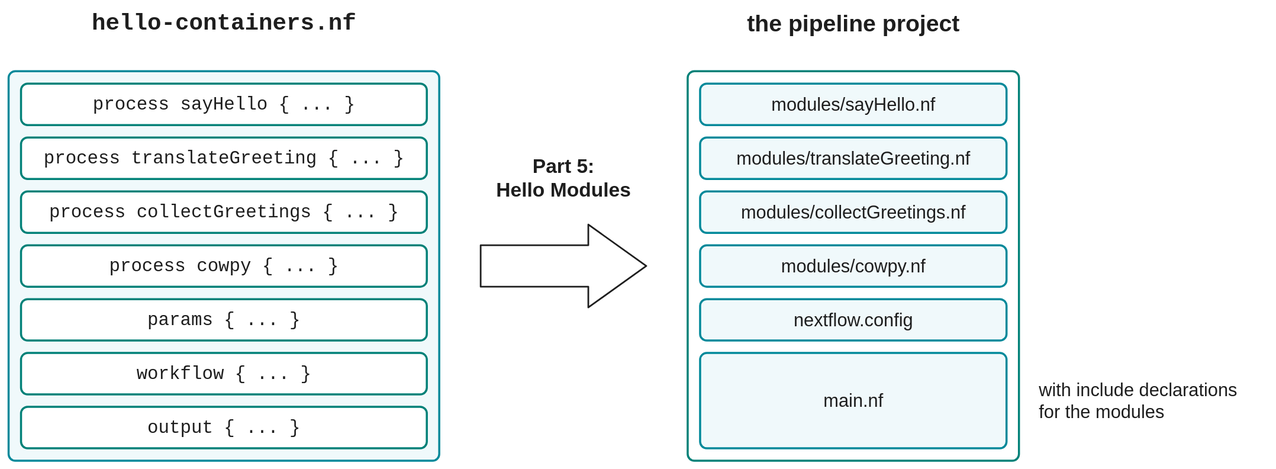
Before: docs/en/docs/hello_nextflow/img/hello-course-code.drawio.svg, a diagram exported from draw.io (nextflow-io/training). Source tidied: cells renumbered, new cells last; positions are measured from the earlier drawing's top-left corner, leaving out a move shared by most shapes.
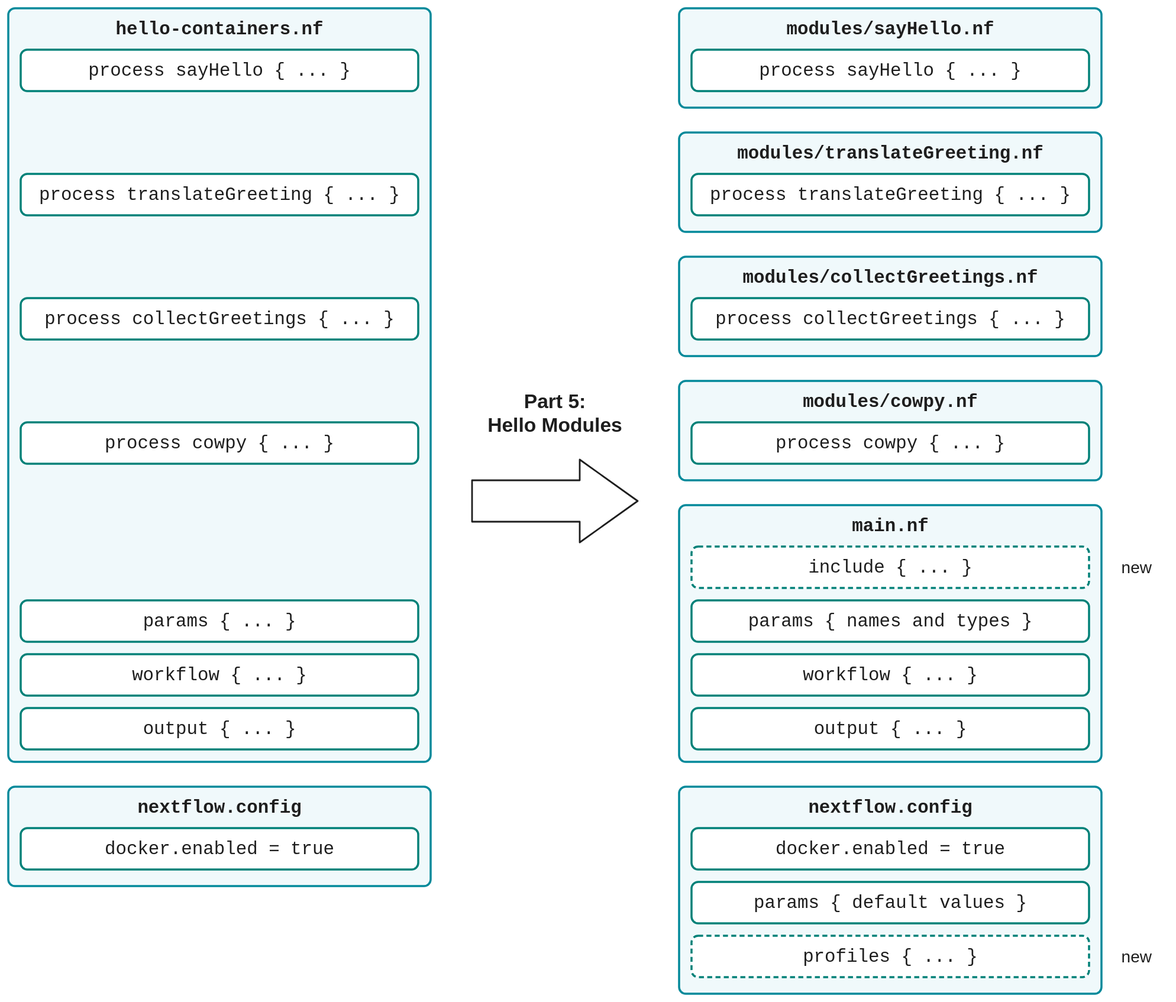
The same diagram one commit later.

Commit message:
docs(hello_nextflow): Part 5 diagram shows what ends up in each file

Each Part 4 file (hello-containers.nf, nextflow.config) is drawn as a box
listing its blocks, each level with where it ends up: the processes in
modules/*.nf; params (names and types), workflow and output in main.nf;
docker.enabled and the parameter default values in nextflow.config.
Blocks added in Part 5 (include, profiles) are dashed and marked new.
The renderer supports top-aligned container labels.

The edit, as a diff of the source:
```diff
@@ -2,65 +2,98 @@
   <root>
     <mxCell id="0" />
     <mxCell id="1" parent="0" />
+    <mxCell id="14" value="modules/sayHello.nf" style="rounded=1;absoluteArcSize=1;arcSize=16;fillColor=#f0f9fb;strokeColor=#02899a;strokeWidth=2.5;fontFamily=Menlo;fontSize=22;fontColor=#1e1e1e;html=0;whiteSpace=nowrap;verticalAlign=top;spacingTop=12;fontStyle=1;" parent="1" vertex="1">
+      <mxGeometry x="820" y="-284" width="510" height="120" as="geometry" />
+    </mxCell>
+    <mxCell id="22" value="process sayHello { ... }" style="rounded=1;absoluteArcSize=1;arcSize=16;fillColor=#ffffff;strokeColor=#018178;strokeWidth=2.5;fontFamily=Helvetica;fontSize=22;fontColor=#1e1e1e;html=0;whiteSpace=nowrap;fontFamily=Menlo;" parent="14" vertex="1">
+      <mxGeometry x="15" y="50" width="480" height="50" as="geometry" />
+    </mxCell>
+    <mxCell id="15" value="modules/translateGreeting.nf" style="rounded=1;absoluteArcSize=1;arcSize=16;fillColor=#f0f9fb;strokeColor=#02899a;strokeWidth=2.5;fontFamily=Menlo;fontSize=22;fontColor=#1e1e1e;html=0;whiteSpace=nowrap;verticalAlign=top;spacingTop=12;fontStyle=1;" parent="1" vertex="1">
+      <mxGeometry x="820" y="-134" width="510" height="120" as="geometry" />
+    </mxCell>
+    <mxCell id="23" value="process translateGreeting { ... }" style="rounded=1;absoluteArcSize=1;arcSize=16;fillColor=#ffffff;strokeColor=#018178;strokeWidth=2.5;fontFamily=Helvetica;fontSize=22;fontColor=#1e1e1e;html=0;whiteSpace=nowrap;fontFamily=Menlo;" parent="15" vertex="1">
+      <mxGeometry x="15" y="50" width="480" height="50" as="geometry" />
+    </mxCell>
+    <mxCell id="16" value="modules/collectGreetings.nf" style="rounded=1;absoluteArcSize=1;arcSize=16;fillColor=#f0f9fb;strokeColor=#02899a;strokeWidth=2.5;fontFamily=Menlo;fontSize=22;fontColor=#1e1e1e;html=0;whiteSpace=nowrap;verticalAlign=top;spacingTop=12;fontStyle=1;" parent="1" vertex="1">
+      <mxGeometry x="820" y="16" width="510" height="120" as="geometry" />
+    </mxCell>
+    <mxCell id="24" value="process collectGreetings { ... }" style="rounded=1;absoluteArcSize=1;arcSize=16;fillColor=#ffffff;strokeColor=#018178;strokeWidth=2.5;fontFamily=Helvetica;fontSize=22;fontColor=#1e1e1e;html=0;whiteSpace=nowrap;fontFamily=Menlo;" parent="16" vertex="1">
+      <mxGeometry x="15" y="50" width="480" height="50" as="geometry" />
+    </mxCell>
+    <mxCell id="17" value="modules/cowpy.nf" style="rounded=1;absoluteArcSize=1;arcSize=16;fillColor=#f0f9fb;strokeColor=#02899a;strokeWidth=2.5;fontFamily=Menlo;fontSize=22;fontColor=#1e1e1e;html=0;whiteSpace=nowrap;verticalAlign=top;spacingTop=12;fontStyle=1;" parent="1" vertex="1">
+      <mxGeometry x="820" y="166" width="510" height="120" as="geometry" />
+    </mxCell>
+    <mxCell id="25" value="process cowpy { ... }" style="rounded=1;absoluteArcSize=1;arcSize=16;fillColor=#ffffff;strokeColor=#018178;strokeWidth=2.5;fontFamily=Helvetica;fontSize=22;fontColor=#1e1e1e;html=0;whiteSpace=nowrap;fontFamily=Menlo;" parent="17" vertex="1">
+      <mxGeometry x="15" y="50" width="480" height="50" as="geometry" />
+    </mxCell>
+    <mxCell id="19" value="main.nf" style="rounded=1;absoluteArcSize=1;arcSize=16;fillColor=#f0f9fb;strokeColor=#02899a;strokeWidth=2.5;fontFamily=Menlo;fontSize=22;fontColor=#1e1e1e;html=0;whiteSpace=nowrap;verticalAlign=top;spacingTop=12;fontStyle=1;" parent="1" vertex="1">
+      <mxGeometry x="820" y="316" width="510" height="310" as="geometry" />
+    </mxCell>
+    <mxCell id="26" value="include { ... }" style="rounded=1;absoluteArcSize=1;arcSize=16;fillColor=#ffffff;strokeColor=#018178;strokeWidth=2.5;fontFamily=Helvetica;fontSize=22;fontColor=#1e1e1e;html=0;whiteSpace=nowrap;fontFamily=Menlo;dashed=1;dashPattern=6 4;" parent="19" vertex="1">
+      <mxGeometry x="15" y="50" width="480" height="50" as="geometry" />
+    </mxCell>
+    <mxCell id="27" value="new" style="text;align=left;verticalAlign=middle;spacing=0;spacingLeft=4;fontFamily=Helvetica;fontSize=20;fontColor=#1e1e1e;html=0;whiteSpace=nowrap;" parent="1" vertex="1">
+      <mxGeometry x="1350" y="376" width="60" height="30" as="geometry" />
+    </mxCell>
+    <mxCell id="28" value="params { names and types }" style="rounded=1;absoluteArcSize=1;arcSize=16;fillColor=#ffffff;strokeColor=#018178;strokeWidth=2.5;fontFamily=Helvetica;fontSize=22;fontColor=#1e1e1e;html=0;whiteSpace=nowrap;fontFamily=Menlo;" parent="19" vertex="1">
+      <mxGeometry x="15" y="115" width="480" height="50" as="geometry" />
+    </mxCell>
+    <mxCell id="29" value="workflow { ... }" style="rounded=1;absoluteArcSize=1;arcSize=16;fillColor=#ffffff;strokeColor=#018178;strokeWidth=2.5;fontFamily=Helvetica;fontSize=22;fontColor=#1e1e1e;html=0;whiteSpace=nowrap;fontFamily=Menlo;" parent="19" vertex="1">
+      <mxGeometry x="15" y="180" width="480" height="50" as="geometry" />
+    </mxCell>
+    <mxCell id="30" value="output { ... }" style="rounded=1;absoluteArcSize=1;arcSize=16;fillColor=#ffffff;strokeColor=#018178;strokeWidth=2.5;fontFamily=Helvetica;fontSize=22;fontColor=#1e1e1e;html=0;whiteSpace=nowrap;fontFamily=Menlo;" parent="19" vertex="1">
+      <mxGeometry x="15" y="245" width="480" height="50" as="geometry" />
+    </mxCell>
+    <mxCell id="31" value="nextflow.config" style="rounded=1;absoluteArcSize=1;arcSize=16;fillColor=#f0f9fb;strokeColor=#02899a;strokeWidth=2.5;fontFamily=Menlo;fontSize=22;fontColor=#1e1e1e;html=0;whiteSpace=nowrap;verticalAlign=top;spacingTop=12;fontStyle=1;" parent="1" vertex="1">
+      <mxGeometry x="820" y="656" width="510" height="250" as="geometry" />
+    </mxCell>
+    <mxCell id="32" value="docker.enabled = true" style="rounded=1;absoluteArcSize=1;arcSize=16;fillColor=#ffffff;strokeColor=#018178;strokeWidth=2.5;fontFamily=Helvetica;fontSize=22;fontColor=#1e1e1e;html=0;whiteSpace=nowrap;fontFamily=Menlo;" parent="31" vertex="1">
+      <mxGeometry x="15" y="50" width="480" height="50" as="geometry" />
+    </mxCell>
+    <mxCell id="33" value="params { default values }" style="rounded=1;absoluteArcSize=1;arcSize=16;fillColor=#ffffff;strokeColor=#018178;strokeWidth=2.5;fontFamily=Helvetica;fontSize=22;fontColor=#1e1e1e;html=0;whiteSpace=nowrap;fontFamily=Menlo;" parent="31" vertex="1">
+      <mxGeometry x="15" y="115" width="480" height="50" as="geometry" />
+    </mxCell>
+    <mxCell id="34" value="profiles { ... }" style="rounded=1;absoluteArcSize=1;arcSize=16;fillColor=#ffffff;strokeColor=#018178;strokeWidth=2.5;fontFamily=Helvetica;fontSize=22;fontColor=#1e1e1e;html=0;whiteSpace=nowrap;fontFamily=Menlo;dashed=1;dashPattern=6 4;" parent="31" vertex="1">
+      <mxGeometry x="15" y="180" width="480" height="50" as="geometry" />
+    </mxCell>
+    <mxCell id="35" value="new" style="text;align=left;verticalAlign=middle;spacing=0;spacingLeft=4;fontFamily=Helvetica;fontSize=20;fontColor=#1e1e1e;html=0;whiteSpace=nowrap;" parent="1" vertex="1">
+      <mxGeometry x="1350" y="846" width="60" height="30" as="geometry" />
+    </mxCell>
-    <mxCell id="2" style="rounded=1;absoluteArcSize=1;arcSize=16;fillColor=#f0f9fb;strokeColor=#02899a;strokeWidth=2.5;fontFamily=Helvetica;fontSize=28;fontColor=#1e1e1e;html=0;whiteSpace=nowrap;" parent="1" vertex="1">
-      <mxGeometry y="76" width="520" height="470" as="geometry" />
+    <mxCell id="2" value="hello-containers.nf" style="rounded=1;absoluteArcSize=1;arcSize=16;fillColor=#f0f9fb;strokeColor=#02899a;strokeWidth=2.5;fontFamily=Menlo;fontSize=22;fontColor=#1e1e1e;html=0;whiteSpace=nowrap;verticalAlign=top;spacingTop=12;fontStyle=1;" parent="1" vertex="1">
+      <mxGeometry x="10" y="-284" width="510" height="910" as="geometry" />
     </mxCell>
-    <mxCell id="3" value="process sayHello { ... }" style="rounded=1;absoluteArcSize=1;arcSize=16;fillColor=#ffffff;strokeColor=#018178;strokeWidth=2.5;fontFamily=Helvetica;fontSize=22;fontColor=#1e1e1e;html=0;whiteSpace=nowrap;fontFamily=Menlo;" parent="2" vertex="1">
-      <mxGeometry x="15" y="15" width="490" height="50" as="geometry" />
-    </mxCell>
-    <mxCell id="4" value="process translateGreeting { ... }" style="rounded=1;absoluteArcSize=1;arcSize=16;fillColor=#ffffff;strokeColor=#018178;strokeWidth=2.5;fontFamily=Helvetica;fontSize=22;fontColor=#1e1e1e;html=0;whiteSpace=nowrap;fontFamily=Menlo;" parent="2" vertex="1">
-      <mxGeometry x="15" y="80" width="490" height="50" as="geometry" />
-    </mxCell>
-    <mxCell id="5" value="process collectGreetings { ... }" style="rounded=1;absoluteArcSize=1;arcSize=16;fillColor=#ffffff;strokeColor=#018178;strokeWidth=2.5;fontFamily=Helvetica;fontSize=22;fontColor=#1e1e1e;html=0;whiteSpace=nowrap;fontFamily=Menlo;" parent="2" vertex="1">
-      <mxGeometry x="15" y="145" width="490" height="50" as="geometry" />
-    </mxCell>
-    <mxCell id="6" value="process cowpy { ... }" style="rounded=1;absoluteArcSize=1;arcSize=16;fillColor=#ffffff;strokeColor=#018178;strokeWidth=2.5;fontFamily=Helvetica;fontSize=22;fontColor=#1e1e1e;html=0;whiteSpace=nowrap;fontFamily=Menlo;" parent="2" vertex="1">
-      <mxGeometry x="15" y="210" width="490" height="50" as="geometry" />
-    </mxCell>
+    <mxCell id="36" value="process sayHello { ... }" style="rounded=1;absoluteArcSize=1;arcSize=16;fillColor=#ffffff;strokeColor=#018178;strokeWidth=2.5;fontFamily=Helvetica;fontSize=22;fontColor=#1e1e1e;html=0;whiteSpace=nowrap;fontFamily=Menlo;" parent="2" vertex="1">
+      <mxGeometry x="15" y="50" width="480" height="50" as="geometry" />
+    </mxCell>
+    <mxCell id="37" value="process translateGreeting { ... }" style="rounded=1;absoluteArcSize=1;arcSize=16;fillColor=#ffffff;strokeColor=#018178;strokeWidth=2.5;fontFamily=Helvetica;fontSize=22;fontColor=#1e1e1e;html=0;whiteSpace=nowrap;fontFamily=Menlo;" parent="2" vertex="1">
+      <mxGeometry x="15" y="200" width="480" height="50" as="geometry" />
+    </mxCell>
+    <mxCell id="38" value="process collectGreetings { ... }" style="rounded=1;absoluteArcSize=1;arcSize=16;fillColor=#ffffff;strokeColor=#018178;strokeWidth=2.5;fontFamily=Helvetica;fontSize=22;fontColor=#1e1e1e;html=0;whiteSpace=nowrap;fontFamily=Menlo;" parent="2" vertex="1">
+      <mxGeometry x="15" y="350" width="480" height="50" as="geometry" />
+    </mxCell>
+    <mxCell id="39" value="process cowpy { ... }" style="rounded=1;absoluteArcSize=1;arcSize=16;fillColor=#ffffff;strokeColor=#018178;strokeWidth=2.5;fontFamily=Helvetica;fontSize=22;fontColor=#1e1e1e;html=0;whiteSpace=nowrap;fontFamily=Menlo;" parent="2" vertex="1">
+      <mxGeometry x="15" y="500" width="480" height="50" as="geometry" />
+    </mxCell>
     <mxCell id="7" value="params { ... }" style="rounded=1;absoluteArcSize=1;arcSize=16;fillColor=#ffffff;strokeColor=#018178;strokeWidth=2.5;fontFamily=Helvetica;fontSize=22;fontColor=#1e1e1e;html=0;whiteSpace=nowrap;fontFamily=Menlo;" parent="2" vertex="1">
-      <mxGeometry x="15" y="275" width="490" height="50" as="geometry" />
+      <mxGeometry x="15" y="715" width="480" height="50" as="geometry" />
     </mxCell>
-    <mxCell id="8" value="workflow { ... }" style="rounded=1;absoluteArcSize=1;arcSize=16;fillColor=#ffffff;strokeColor=#018178;strokeWidth=2.5;fontFamily=Helvetica;fontSize=22;fontColor=#1e1e1e;html=0;whiteSpace=nowrap;fontFamily=Menlo;" parent="2" vertex="1">
-      <mxGeometry x="15" y="340" width="490" height="50" as="geometry" />
-    </mxCell>
-    <mxCell id="9" value="output { ... }" style="rounded=1;absoluteArcSize=1;arcSize=16;fillColor=#ffffff;strokeColor=#018178;strokeWidth=2.5;fontFamily=Helvetica;fontSize=22;fontColor=#1e1e1e;html=0;whiteSpace=nowrap;fontFamily=Menlo;" parent="2" vertex="1">
-      <mxGeometry x="15" y="405" width="490" height="50" as="geometry" />
-    </mxCell>
-    <mxCell id="10" value="hello-containers.nf" style="text;align=center;verticalAlign=middle;fontFamily=Menlo;fontSize=28;fontStyle=1;fontColor=#1e1e1e;html=0;whiteSpace=nowrap;" parent="1" vertex="1">
-      <mxGeometry width="520" height="36" as="geometry" />
-    </mxCell>
+    <mxCell id="40" value="workflow { ... }" style="rounded=1;absoluteArcSize=1;arcSize=16;fillColor=#ffffff;strokeColor=#018178;strokeWidth=2.5;fontFamily=Helvetica;fontSize=22;fontColor=#1e1e1e;html=0;whiteSpace=nowrap;fontFamily=Menlo;" parent="2" vertex="1">
+      <mxGeometry x="15" y="780" width="480" height="50" as="geometry" />
+    </mxCell>
+    <mxCell id="41" value="output { ... }" style="rounded=1;absoluteArcSize=1;arcSize=16;fillColor=#ffffff;strokeColor=#018178;strokeWidth=2.5;fontFamily=Helvetica;fontSize=22;fontColor=#1e1e1e;html=0;whiteSpace=nowrap;fontFamily=Menlo;" parent="2" vertex="1">
+      <mxGeometry x="15" y="845" width="480" height="50" as="geometry" />
+    </mxCell>
+    <mxCell id="42" value="nextflow.config" style="rounded=1;absoluteArcSize=1;arcSize=16;fillColor=#f0f9fb;strokeColor=#02899a;strokeWidth=2.5;fontFamily=Menlo;fontSize=22;fontColor=#1e1e1e;html=0;whiteSpace=nowrap;verticalAlign=top;spacingTop=12;fontStyle=1;" parent="1" vertex="1">
+      <mxGeometry x="10" y="656" width="510" height="120" as="geometry" />
+    </mxCell>
+    <mxCell id="43" value="docker.enabled = true" style="rounded=1;absoluteArcSize=1;arcSize=16;fillColor=#ffffff;strokeColor=#018178;strokeWidth=2.5;fontFamily=Helvetica;fontSize=22;fontColor=#1e1e1e;html=0;whiteSpace=nowrap;fontFamily=Menlo;" parent="42" vertex="1">
+      <mxGeometry x="15" y="50" width="480" height="50" as="geometry" />
+    </mxCell>
     <mxCell id="11" style="shape=singleArrow;arrowWidth=0.5;arrowSize=0.35;fillColor=none;strokeColor=#1e1e1e;strokeWidth=2;html=0;whiteSpace=nowrap;" parent="1" vertex="1">
       <mxGeometry x="570" y="261" width="200" height="100" as="geometry" />
     </mxCell>
     <mxCell id="12" value="Part 5:&#10;Hello Modules" style="text;align=center;verticalAlign=middle;fontFamily=Helvetica;fontSize=24;fontStyle=1;fontColor=#1e1e1e;html=0;whiteSpace=nowrap;" parent="1" vertex="1">
       <mxGeometry x="550" y="169" width="240" height="72" as="geometry" />
     </mxCell>
-    <mxCell id="13" style="rounded=1;absoluteArcSize=1;arcSize=16;fillColor=#ffffff;strokeColor=#018178;strokeWidth=2.5;fontFamily=Helvetica;fontSize=22;fontColor=#1e1e1e;html=0;whiteSpace=nowrap;" parent="1" vertex="1">
-      <mxGeometry x="820" y="76" width="400" height="470" as="geometry" />
-    </mxCell>
-    <mxCell id="14" value="modules/sayHello.nf" style="rounded=1;absoluteArcSize=1;arcSize=16;fillColor=#f0f9fb;strokeColor=#02899a;strokeWidth=2.5;fontFamily=Helvetica;fontSize=22;fontColor=#1e1e1e;html=0;whiteSpace=nowrap;" parent="13" vertex="1">
-      <mxGeometry x="15" y="15" width="370" height="50" as="geometry" />
-    </mxCell>
-    <mxCell id="15" value="modules/translateGreeting.nf" style="rounded=1;absoluteArcSize=1;arcSize=16;fillColor=#f0f9fb;strokeColor=#02899a;strokeWidth=2.5;fontFamily=Helvetica;fontSize=22;fontColor=#1e1e1e;html=0;whiteSpace=nowrap;" parent="13" vertex="1">
-      <mxGeometry x="15" y="80" width="370" height="50" as="geometry" />
-    </mxCell>
-    <mxCell id="16" value="modules/collectGreetings.nf" style="rounded=1;absoluteArcSize=1;arcSize=16;fillColor=#f0f9fb;strokeColor=#02899a;strokeWidth=2.5;fontFamily=Helvetica;fontSize=22;fontColor=#1e1e1e;html=0;whiteSpace=nowrap;" parent="13" vertex="1">
-      <mxGeometry x="15" y="145" width="370" height="50" as="geometry" />
-    </mxCell>
-    <mxCell id="17" value="modules/cowpy.nf" style="rounded=1;absoluteArcSize=1;arcSize=16;fillColor=#f0f9fb;strokeColor=#02899a;strokeWidth=2.5;fontFamily=Helvetica;fontSize=22;fontColor=#1e1e1e;html=0;whiteSpace=nowrap;" parent="13" vertex="1">
-      <mxGeometry x="15" y="210" width="370" height="50" as="geometry" />
-    </mxCell>
-    <mxCell id="18" value="nextflow.config" style="rounded=1;absoluteArcSize=1;arcSize=16;fillColor=#f0f9fb;strokeColor=#02899a;strokeWidth=2.5;fontFamily=Helvetica;fontSize=22;fontColor=#1e1e1e;html=0;whiteSpace=nowrap;" parent="13" vertex="1">
-      <mxGeometry x="15" y="275" width="370" height="50" as="geometry" />
-    </mxCell>
-    <mxCell id="19" value="main.nf" style="rounded=1;absoluteArcSize=1;arcSize=16;fillColor=#f0f9fb;strokeColor=#02899a;strokeWidth=2.5;fontFamily=Helvetica;fontSize=22;fontColor=#1e1e1e;html=0;whiteSpace=nowrap;" parent="13" vertex="1">
-      <mxGeometry x="15" y="340" width="370" height="115" as="geometry" />
-    </mxCell>
-    <mxCell id="20" value="the pipeline project" style="text;align=center;verticalAlign=middle;fontFamily=Helvetica;fontSize=28;fontStyle=1;fontColor=#1e1e1e;html=0;whiteSpace=nowrap;" parent="1" vertex="1">
-      <mxGeometry x="820" width="400" height="36" as="geometry" />
-    </mxCell>
-    <mxCell id="21" value="with include declarations&#10;for the modules" style="text;align=left;verticalAlign=middle;spacing=0;spacingLeft=4;fontFamily=Helvetica;fontSize=22;fontColor=#1e1e1e;html=0;whiteSpace=nowrap;" parent="1" vertex="1">
-      <mxGeometry x="1240" y="442.5" width="280" height="62" as="geometry" />
-    </mxCell>
   </root>
 </mxGraphModel>
```
